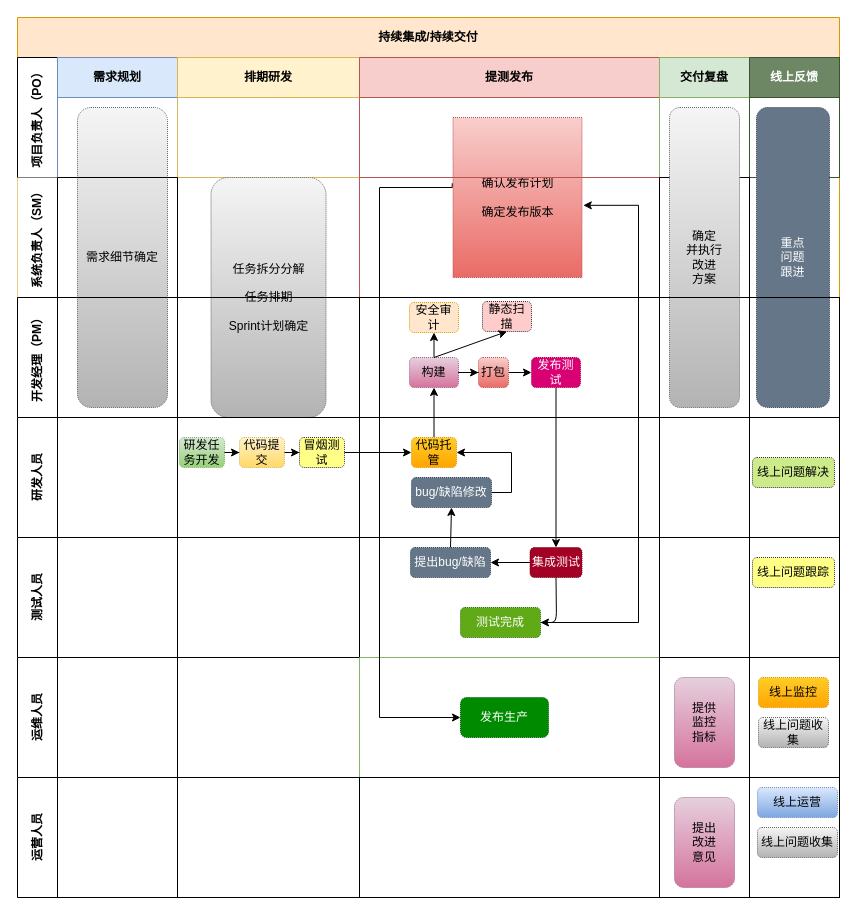
xinyimq/yixinwork keeps this draw.io diagram as 持续集成交付过程.drawio. Above is the earlier version. Source tidied: cells renumbered, new cells numbered last; positions are measured from the earlier drawing's top-left corner, leaving out a move shared by most shapes. Both pictures are drawn from the tidied source at 100%, with x=0, y=0 at pixel (17, 17).
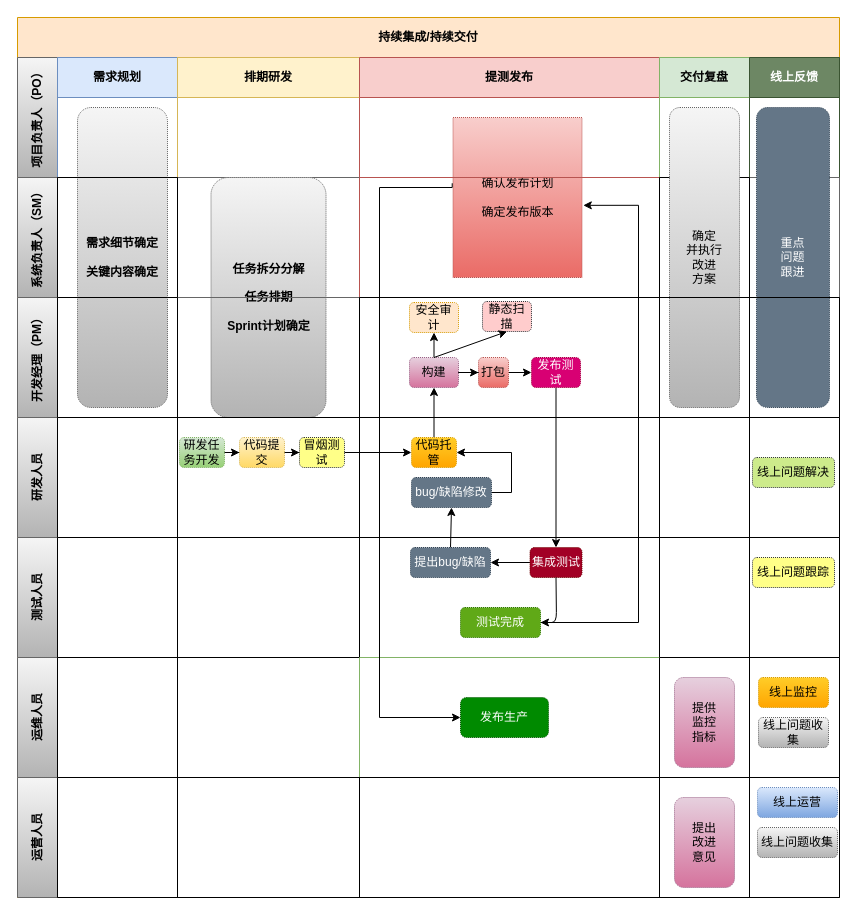
The same page after the edit.

Commit message (it also covers changes not shown here):
Update 持续集成交付过程.drawio

Unchanged cells that the change refers to:
```xml
<mxCell id="2" value="持续集成/持续交付" style="shape=table;childLayout=tableLayout;rowLines=0;columnLines=0;startSize=40;html=1;whiteSpace=wrap;fontStyle=1;align=center;fillColor=#ffe6cc;strokeColor=#d79b00;" parent="1" vertex="1">
  <mxGeometry width="822" height="880" as="geometry" />
</mxCell>
<mxCell id="4" value="需求规划" style="swimlane;startSize=40;html=1;whiteSpace=wrap;fillColor=#dae8fc;strokeColor=#6c8ebf;" parent="3" vertex="1">
  <mxGeometry x="40" width="120" height="120" as="geometry" />
</mxCell>
<mxCell id="13" style="swimlane;startSize=0;html=1;whiteSpace=wrap;strokeColor=none;" parent="11" vertex="1">
  <mxGeometry x="160" width="182" height="120" as="geometry" />
</mxCell>
```

What changed in the source:
```diff
@@
-    <mxCell id="3" value="项目负责人（PO）" style="swimlane;horizontal=0;startSize=40;html=1;whiteSpace=wrap;fontStyle=1;" parent="2" vertex="1">
+    <mxCell id="3" value="项目负责人（PO）" style="swimlane;horizontal=0;startSize=40;html=1;whiteSpace=wrap;fontStyle=1;gradientColor=#b3b3b3;fillColor=#f5f5f5;strokeColor=#666666;" parent="2" vertex="1">
       <mxGeometry y="40" width="822" height="120" as="geometry" />
     </mxCell>
@@
-    <mxCell id="5" value="需求细节确定" style="rounded=1;whiteSpace=wrap;html=1;dashed=1;dashPattern=1 1;align=center;fillColor=#f5f5f5;strokeColor=#666666;gradientColor=#b3b3b3;" parent="4" vertex="1">
+    <mxCell id="5" value="&lt;b&gt;需求细节确定&lt;br&gt;&lt;br&gt;关键内容确定&lt;/b&gt;" style="rounded=1;whiteSpace=wrap;html=1;dashed=1;dashPattern=1 1;align=center;fillColor=#f5f5f5;strokeColor=#666666;gradientColor=#b3b3b3;" parent="4" vertex="1">
       <mxGeometry x="20" y="50" width="90" height="300" as="geometry" />
     </mxCell>
@@
-    <mxCell id="11" value="系统负责人（SM）" style="swimlane;horizontal=0;startSize=40;html=1;whiteSpace=wrap;strokeColor=none;" parent="2" vertex="1">
+    <mxCell id="11" value="系统负责人（SM）" style="swimlane;horizontal=0;startSize=40;html=1;whiteSpace=wrap;strokeColor=#666666;gradientColor=#b3b3b3;fillColor=#f5f5f5;" parent="2" vertex="1">
       <mxGeometry y="160" width="822" height="120" as="geometry" />
     </mxCell>
-    <mxCell id="12" style="swimlane;startSize=0;html=1;whiteSpace=wrap;" parent="11" vertex="1">
+    <mxCell id="12" style="swimlane;startSize=0;html=1;whiteSpace=wrap;flipV=1;" parent="11" vertex="1">
       <mxGeometry x="40" width="120" height="120" as="geometry" />
     </mxCell>
@@
-    <mxCell id="14" value="任务拆分分解&lt;br&gt;&lt;br&gt;任务排期&lt;br&gt;&lt;br&gt;Sprint计划确定" style="rounded=1;whiteSpace=wrap;html=1;dashed=1;dashPattern=1 1;align=center;gradientColor=#b3b3b3;fillColor=#f5f5f5;strokeColor=#666666;" parent="13" vertex="1">
+    <mxCell id="14" value="&lt;b&gt;任务拆分分解&lt;br&gt;&lt;br&gt;任务排期&lt;br&gt;&lt;br&gt;Sprint计划确定&lt;/b&gt;" style="rounded=1;whiteSpace=wrap;html=1;dashed=1;dashPattern=1 1;align=center;gradientColor=#b3b3b3;fillColor=#f5f5f5;strokeColor=#666666;" parent="13" vertex="1">
       <mxGeometry x="33.5" width="115" height="240" as="geometry" />
     </mxCell>
@@
-    <mxCell id="24" value="开发经理（PM）" style="swimlane;horizontal=0;startSize=40;html=1;whiteSpace=wrap;" parent="2" vertex="1">
+    <mxCell id="24" value="开发经理（PM）" style="swimlane;horizontal=0;startSize=40;html=1;whiteSpace=wrap;gradientColor=#b3b3b3;fillColor=#f5f5f5;strokeColor=#666666;" parent="2" vertex="1">
       <mxGeometry y="280" width="822" height="120" as="geometry" />
     </mxCell>
@@
-    <mxCell id="40" value="研发人员" style="swimlane;horizontal=0;startSize=40;html=1;whiteSpace=wrap;" parent="2" vertex="1">
+    <mxCell id="40" value="研发人员" style="swimlane;horizontal=0;startSize=40;html=1;whiteSpace=wrap;gradientColor=#b3b3b3;fillColor=#f5f5f5;strokeColor=#666666;" parent="2" vertex="1">
       <mxGeometry y="400" width="822" height="120" as="geometry" />
     </mxCell>
@@
-    <mxCell id="56" value="测试人员" style="swimlane;horizontal=0;startSize=40;html=1;whiteSpace=wrap;" parent="2" vertex="1">
+    <mxCell id="56" value="测试人员" style="swimlane;horizontal=0;startSize=40;html=1;whiteSpace=wrap;gradientColor=#b3b3b3;fillColor=#f5f5f5;strokeColor=#666666;" parent="2" vertex="1">
       <mxGeometry y="520" width="822" height="120" as="geometry" />
     </mxCell>
@@
-    <mxCell id="68" value="运维人员" style="swimlane;horizontal=0;startSize=40;html=1;whiteSpace=wrap;" parent="2" vertex="1">
+    <mxCell id="68" value="运维人员" style="swimlane;horizontal=0;startSize=40;html=1;whiteSpace=wrap;gradientColor=#b3b3b3;fillColor=#f5f5f5;strokeColor=#666666;" parent="2" vertex="1">
       <mxGeometry y="640" width="822" height="120" as="geometry" />
     </mxCell>
@@
-    <mxCell id="78" value="运营人员" style="swimlane;horizontal=0;startSize=40;html=1;whiteSpace=wrap;" parent="2" vertex="1">
+    <mxCell id="78" value="运营人员" style="swimlane;horizontal=0;startSize=40;html=1;whiteSpace=wrap;fillColor=#f5f5f5;strokeColor=#666666;gradientColor=#b3b3b3;" parent="2" vertex="1">
       <mxGeometry y="760" width="822" height="120" as="geometry" />
     </mxCell>
```
